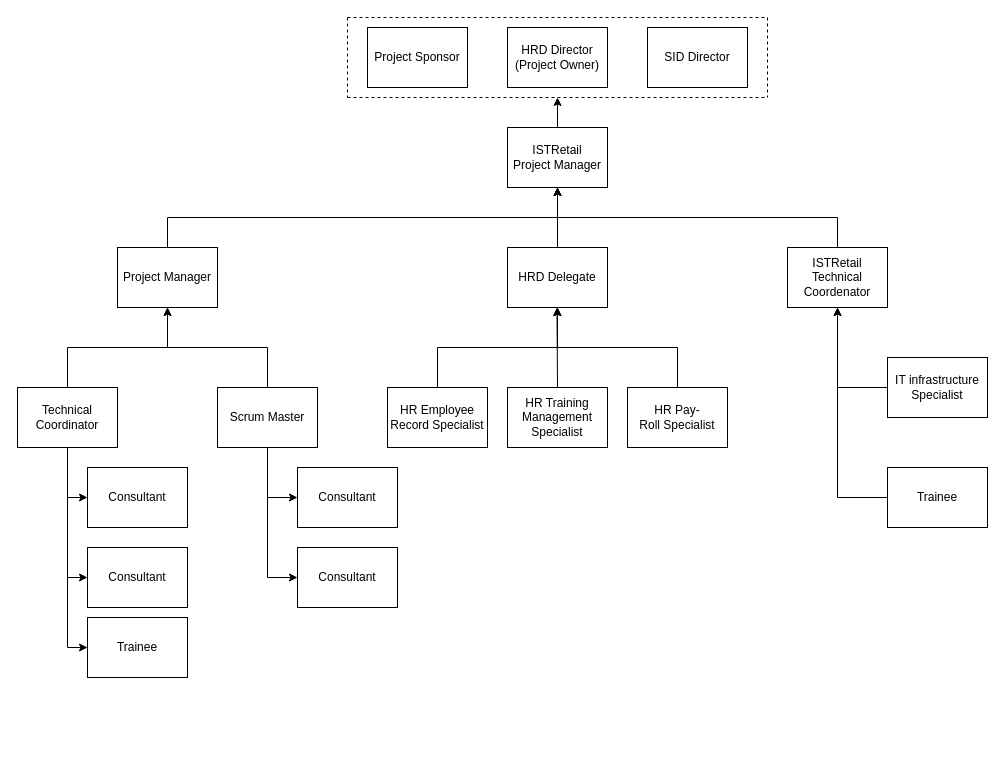
JRafaelSoares/GPI keeps this draw.io diagram as OBS.drawio. Above is the earlier version. Source tidied: cells renumbered, new cells numbered last; positions are measured from the earlier drawing's top-left corner, leaving out a move shared by most shapes. Both pictures are drawn from the tidied source at 100%, with x=0, y=0 at pixel (17, 17).
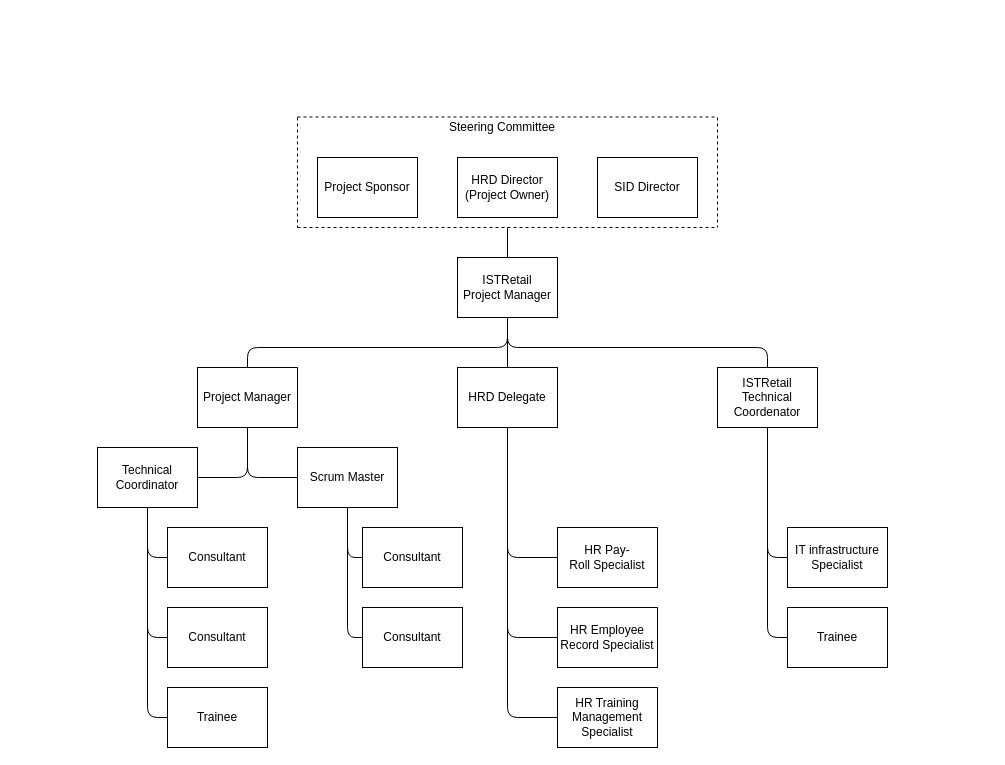
The same diagram, later.

Commit message (it also covers changes not shown here):
Added final OBS info

Change to the diagram source:
```diff
@@
     <mxCell id="2" value="Project Sponsor" style="rounded=0;whiteSpace=wrap;html=1;" parent="1" vertex="1">
-      <mxGeometry x="350" y="10" width="100" height="60" as="geometry" />
+      <mxGeometry x="300" y="140" width="100" height="60" as="geometry" />
     </mxCell>
-    <mxCell id="3" style="edgeStyle=orthogonalEdgeStyle;rounded=0;jettySize=auto;html=1;exitX=0.5;exitY=0;exitDx=0;exitDy=0;entryX=0.5;entryY=1;entryDx=0;entryDy=0;" parent="1" edge="1" source="4" target="22">
-      <mxGeometry relative="1" as="geometry" />
-    </mxCell>
     <mxCell id="4" value="Project Manager" style="rounded=0;whiteSpace=wrap;html=1;" parent="1" vertex="1">
-      <mxGeometry x="100" y="230" width="100" height="60" as="geometry" />
+      <mxGeometry x="180" y="350" width="100" height="60" as="geometry" />
     </mxCell>
-    <mxCell id="5" style="edgeStyle=orthogonalEdgeStyle;rounded=0;jettySize=auto;html=1;exitX=0.5;exitY=1;exitDx=0;exitDy=0;entryX=0;entryY=0.5;entryDx=0;entryDy=0;" parent="1" edge="1" source="9" target="10">
-      <mxGeometry relative="1" as="geometry" />
-    </mxCell>
-    <mxCell id="6" style="edgeStyle=orthogonalEdgeStyle;rounded=0;jettySize=auto;html=1;exitX=0.5;exitY=1;exitDx=0;exitDy=0;entryX=0;entryY=0.5;entryDx=0;entryDy=0;" parent="1" edge="1" source="9" target="11">
-      <mxGeometry relative="1" as="geometry" />
-    </mxCell>
-    <mxCell id="7" style="edgeStyle=orthogonalEdgeStyle;rounded=0;jettySize=auto;html=1;exitX=0.5;exitY=1;exitDx=0;exitDy=0;entryX=0;entryY=0.5;entryDx=0;entryDy=0;" parent="1" edge="1" source="9" target="12">
-      <mxGeometry relative="1" as="geometry" />
-    </mxCell>
-    <mxCell id="8" style="edgeStyle=orthogonalEdgeStyle;rounded=0;jettySize=auto;html=1;exitX=0.5;exitY=0;exitDx=0;exitDy=0;entryX=0.5;entryY=1;entryDx=0;entryDy=0;" parent="1" edge="1" source="9" target="4">
-      <mxGeometry relative="1" as="geometry" />
-    </mxCell>
     <mxCell id="9" value="Technical Coordinator" style="rounded=0;whiteSpace=wrap;html=1;" parent="1" vertex="1">
-      <mxGeometry y="370" width="100" height="60" as="geometry" />
+      <mxGeometry x="80" y="430" width="100" height="60" as="geometry" />
     </mxCell>
     <mxCell id="10" value="Consultant" style="rounded=0;whiteSpace=wrap;html=1;" parent="1" vertex="1">
-      <mxGeometry x="70" y="450" width="100" height="60" as="geometry" />
+      <mxGeometry x="150" y="510" width="100" height="60" as="geometry" />
     </mxCell>
     <mxCell id="11" value="Consultant" style="rounded=0;whiteSpace=wrap;html=1;" parent="1" vertex="1">
-      <mxGeometry x="70" y="530" width="100" height="60" as="geometry" />
+      <mxGeometry x="150" y="590" width="100" height="60" as="geometry" />
     </mxCell>
     <mxCell id="12" value="Trainee" style="rounded=0;whiteSpace=wrap;html=1;" parent="1" vertex="1">
-      <mxGeometry x="70" y="600" width="100" height="60" as="geometry" />
+      <mxGeometry x="150" y="670" width="100" height="60" as="geometry" />
     </mxCell>
-    <mxCell id="13" style="edgeStyle=orthogonalEdgeStyle;rounded=0;jettySize=auto;html=1;exitX=0.5;exitY=1;exitDx=0;exitDy=0;entryX=0;entryY=0.5;entryDx=0;entryDy=0;" parent="1" edge="1" source="16" target="17">
-      <mxGeometry relative="1" as="geometry" />
-    </mxCell>
-    <mxCell id="14" style="edgeStyle=orthogonalEdgeStyle;rounded=0;jettySize=auto;html=1;exitX=0.5;exitY=1;exitDx=0;exitDy=0;entryX=0;entryY=0.5;entryDx=0;entryDy=0;" parent="1" edge="1" source="16" target="18">
-      <mxGeometry relative="1" as="geometry" />
-    </mxCell>
-    <mxCell id="15" style="edgeStyle=orthogonalEdgeStyle;rounded=0;jettySize=auto;html=1;exitX=0.5;exitY=0;exitDx=0;exitDy=0;entryX=0.5;entryY=1;entryDx=0;entryDy=0;" parent="1" edge="1" source="16" target="4">
-      <mxGeometry relative="1" as="geometry" />
-    </mxCell>
     <mxCell id="16" value="Scrum Master" style="rounded=0;whiteSpace=wrap;html=1;" parent="1" vertex="1">
-      <mxGeometry x="200" y="370" width="100" height="60" as="geometry" />
+      <mxGeometry x="280" y="430" width="100" height="60" as="geometry" />
     </mxCell>
     <mxCell id="17" value="Consultant" style="rounded=0;whiteSpace=wrap;html=1;" parent="1" vertex="1">
-      <mxGeometry x="280" y="450" width="100" height="60" as="geometry" />
+      <mxGeometry x="345" y="510" width="100" height="60" as="geometry" />
     </mxCell>
     <mxCell id="18" value="Consultant" style="rounded=0;whiteSpace=wrap;html=1;" parent="1" vertex="1">
-      <mxGeometry x="280" y="530" width="100" height="60" as="geometry" />
+      <mxGeometry x="345" y="590" width="100" height="60" as="geometry" />
     </mxCell>
     <mxCell id="19" value="HRD Director&lt;br&gt;(Project Owner)" style="rounded=0;whiteSpace=wrap;html=1;" parent="1" vertex="1">
-      <mxGeometry x="490" y="10" width="100" height="60" as="geometry" />
+      <mxGeometry x="440" y="140" width="100" height="60" as="geometry" />
     </mxCell>
     <mxCell id="20" value="SID Director" style="rounded=0;whiteSpace=wrap;html=1;" parent="1" vertex="1">
-      <mxGeometry x="630" y="10" width="100" height="60" as="geometry" />
+      <mxGeometry x="580" y="140" width="100" height="60" as="geometry" />
     </mxCell>
-    <mxCell id="21" style="edgeStyle=orthogonalEdgeStyle;rounded=0;jettySize=auto;html=1;exitX=0.5;exitY=0;exitDx=0;exitDy=0;" parent="1" edge="1" source="22">
-      <mxGeometry relative="1" as="geometry">
-        <mxPoint x="540" y="80" as="targetPoint" />
-        <Array as="points">
-          <mxPoint x="540" y="80" />
-        </Array>
-      </mxGeometry>
-    </mxCell>
     <mxCell id="22" value="ISTRetail&lt;br&gt;Project Manager" style="rounded=0;whiteSpace=wrap;html=1;" parent="1" vertex="1">
-      <mxGeometry x="490" y="110" width="100" height="60" as="geometry" />
+      <mxGeometry x="440" y="240" width="100" height="60" as="geometry" />
     </mxCell>
     <mxCell id="23" style="endArrow=none;dashed=1;html=1;" parent="1" edge="1">
       <mxGeometry relative="1" as="geometry">
-        <mxPoint x="330" y="80" as="sourcePoint" />
-        <mxPoint x="750" y="80" as="targetPoint" />
+        <mxPoint x="280" y="210" as="sourcePoint" />
+        <mxPoint x="700" y="210" as="targetPoint" />
       </mxGeometry>
     </mxCell>
     <mxCell id="24" style="endArrow=none;dashed=1;html=1;" parent="1" edge="1">
       <mxGeometry relative="1" as="geometry">
-        <mxPoint x="750" as="sourcePoint" />
-        <mxPoint x="750" y="80" as="targetPoint" />
+        <mxPoint x="700" y="100" as="sourcePoint" />
+        <mxPoint x="700" y="210" as="targetPoint" />
       </mxGeometry>
     </mxCell>
     <mxCell id="25" style="endArrow=none;dashed=1;html=1;" parent="1" edge="1">
       <mxGeometry relative="1" as="geometry">
-        <mxPoint x="330" as="sourcePoint" />
-        <mxPoint x="750" as="targetPoint" />
+        <mxPoint x="280" y="99.5" as="sourcePoint" />
+        <mxPoint x="700" y="99.5" as="targetPoint" />
       </mxGeometry>
     </mxCell>
     <mxCell id="26" style="endArrow=none;dashed=1;html=1;" parent="1" edge="1">
       <mxGeometry relative="1" as="geometry">
-        <mxPoint x="330" as="sourcePoint" />
-        <mxPoint x="330" y="80" as="targetPoint" />
+        <mxPoint x="280" y="100" as="sourcePoint" />
+        <mxPoint x="280" y="210" as="targetPoint" />
       </mxGeometry>
     </mxCell>
+    <mxCell id="28" value="HRD Delegate" style="rounded=0;whiteSpace=wrap;html=1;" parent="1" vertex="1">
+      <mxGeometry x="440" y="350" width="100" height="60" as="geometry" />
+    </mxCell>
+    <mxCell id="30" value="HR Employee Record Specialist" style="rounded=0;whiteSpace=wrap;html=1;" parent="1" vertex="1">
+      <mxGeometry x="540" y="590" width="100" height="60" as="geometry" />
+    </mxCell>
+    <mxCell id="32" value="HR Training Management Specialist" style="rounded=0;whiteSpace=wrap;html=1;" parent="1" vertex="1">
+      <mxGeometry x="540" y="670" width="100" height="60" as="geometry" />
+    </mxCell>
+    <mxCell id="34" value="HR Pay-Roll&amp;nbsp;Specialist" style="rounded=0;whiteSpace=wrap;html=1;" parent="1" vertex="1">
+      <mxGeometry x="540" y="510" width="100" height="60" as="geometry" />
+    </mxCell>
+    <mxCell id="36" value="ISTRetail Technical Coordenator" style="rounded=0;whiteSpace=wrap;html=1;" parent="1" vertex="1">
+      <mxGeometry x="700" y="350" width="100" height="60" as="geometry" />
+    </mxCell>
+    <mxCell id="38" value="IT infrastructure Specialist" style="rounded=0;whiteSpace=wrap;html=1;" parent="1" vertex="1">
+      <mxGeometry x="770" y="510" width="100" height="60" as="geometry" />
+    </mxCell>
+    <mxCell id="40" value="Trainee" style="rounded=0;whiteSpace=wrap;html=1;" parent="1" vertex="1">
+      <mxGeometry x="770" y="590" width="100" height="60" as="geometry" />
+    </mxCell>
+    <mxCell id="41" value="Steering Committee" style="text;html=1;align=left;verticalAlign=top;spacingTop=-4;" parent="1" vertex="1">
+      <mxGeometry x="430" y="100" width="120" height="20" as="geometry" />
+    </mxCell>
+    <mxCell id="42" style="endArrow=none;html=1;exitX=0.5;exitY=0;exitDx=0;exitDy=0;" parent="1" edge="1" source="22">
+      <mxGeometry relative="1" as="geometry">
+        <mxPoint x="490" y="210" as="targetPoint" />
+      </mxGeometry>
+    </mxCell>
-    <mxCell id="27" style="edgeStyle=orthogonalEdgeStyle;rounded=0;jettySize=auto;html=1;exitX=0.5;exitY=0;exitDx=0;exitDy=0;entryX=0.5;entryY=1;entryDx=0;entryDy=0;" parent="1" edge="1" source="28" target="22">
+    <mxCell id="27" style="endArrow=none;html=1;entryX=0.5;entryY=1;entryDx=0;entryDy=0;exitX=0.5;exitY=0;exitDx=0;exitDy=0;" parent="1" edge="1" source="28" target="22">
       <mxGeometry relative="1" as="geometry" />
     </mxCell>
-    <mxCell id="28" value="HRD Delegate" style="rounded=0;whiteSpace=wrap;html=1;" parent="1" vertex="1">
-      <mxGeometry x="490" y="230" width="100" height="60" as="geometry" />
-    </mxCell>
+    <mxCell id="3" style="endArrow=none;html=1;exitX=0.5;exitY=0;exitDx=0;exitDy=0;entryX=0.5;entryY=1;entryDx=0;entryDy=0;" parent="1" edge="1" source="4" target="22">
+      <mxGeometry relative="1" as="geometry">
+        <Array as="points">
+          <mxPoint x="230" y="330" />
+          <mxPoint x="490" y="330" />
+        </Array>
+      </mxGeometry>
+    </mxCell>
+    <mxCell id="35" style="endArrow=none;html=1;entryX=0.5;entryY=1;entryDx=0;entryDy=0;exitX=0.5;exitY=0;exitDx=0;exitDy=0;" parent="1" edge="1" source="36" target="22">
+      <mxGeometry relative="1" as="geometry">
+        <Array as="points">
+          <mxPoint x="750" y="330" />
+          <mxPoint x="490" y="330" />
+        </Array>
+      </mxGeometry>
+    </mxCell>
+    <mxCell id="15" style="endArrow=none;html=1;entryX=0.5;entryY=1;entryDx=0;entryDy=0;exitX=0;exitY=0.5;exitDx=0;exitDy=0;" parent="1" edge="1" source="16" target="4">
+      <mxGeometry relative="1" as="geometry">
+        <Array as="points">
+          <mxPoint x="230" y="460" />
+        </Array>
+      </mxGeometry>
+    </mxCell>
+    <mxCell id="8" style="endArrow=none;html=1;entryX=0.5;entryY=1;entryDx=0;entryDy=0;exitX=1;exitY=0.5;exitDx=0;exitDy=0;" parent="1" edge="1" source="9" target="4">
+      <mxGeometry relative="1" as="geometry">
+        <Array as="points">
+          <mxPoint x="230" y="460" />
+        </Array>
+      </mxGeometry>
+    </mxCell>
+    <mxCell id="43" style="endArrow=none;html=1;entryX=0.5;entryY=1;entryDx=0;entryDy=0;exitX=0;exitY=0.5;exitDx=0;exitDy=0;" parent="1" edge="1" source="12" target="9">
+      <mxGeometry relative="1" as="geometry">
+        <Array as="points">
+          <mxPoint x="130" y="700" />
+        </Array>
+      </mxGeometry>
+    </mxCell>
+    <mxCell id="44" style="endArrow=none;html=1;entryX=0.5;entryY=1;entryDx=0;entryDy=0;exitX=0;exitY=0.5;exitDx=0;exitDy=0;" parent="1" edge="1" source="11" target="9">
+      <mxGeometry relative="1" as="geometry">
+        <Array as="points">
+          <mxPoint x="130" y="620" />
+        </Array>
+      </mxGeometry>
+    </mxCell>
+    <mxCell id="45" style="endArrow=none;html=1;entryX=0.5;entryY=1;entryDx=0;entryDy=0;exitX=0;exitY=0.5;exitDx=0;exitDy=0;" parent="1" edge="1" source="10" target="9">
+      <mxGeometry relative="1" as="geometry">
+        <Array as="points">
+          <mxPoint x="130" y="540" />
+        </Array>
+      </mxGeometry>
+    </mxCell>
+    <mxCell id="46" style="endArrow=none;html=1;entryX=0.5;entryY=1;entryDx=0;entryDy=0;exitX=0;exitY=0.5;exitDx=0;exitDy=0;" parent="1" edge="1" source="17" target="16">
+      <mxGeometry relative="1" as="geometry">
+        <Array as="points">
+          <mxPoint x="330" y="540" />
+        </Array>
+      </mxGeometry>
+    </mxCell>
+    <mxCell id="47" style="endArrow=none;html=1;entryX=0.5;entryY=1;entryDx=0;entryDy=0;exitX=0;exitY=0.5;exitDx=0;exitDy=0;" parent="1" edge="1" source="18" target="16">
+      <mxGeometry relative="1" as="geometry">
+        <Array as="points">
+          <mxPoint x="330" y="620" />
+        </Array>
+      </mxGeometry>
+    </mxCell>
+    <mxCell id="33" style="endArrow=none;html=1;entryX=0.5;entryY=1;entryDx=0;entryDy=0;exitX=0;exitY=0.5;exitDx=0;exitDy=0;" parent="1" edge="1" source="34" target="28">
+      <mxGeometry relative="1" as="geometry">
+        <Array as="points">
+          <mxPoint x="490" y="540" />
+        </Array>
+      </mxGeometry>
+    </mxCell>
-    <mxCell id="29" style="edgeStyle=orthogonalEdgeStyle;rounded=0;jettySize=auto;html=1;exitX=0.5;exitY=0;exitDx=0;exitDy=0;entryX=0.5;entryY=1;entryDx=0;entryDy=0;" parent="1" edge="1" source="30" target="28">
-      <mxGeometry relative="1" as="geometry" />
+    <mxCell id="29" style="endArrow=none;html=1;entryX=0.5;entryY=1;entryDx=0;entryDy=0;exitX=0;exitY=0.5;exitDx=0;exitDy=0;" parent="1" edge="1" source="30" target="28">
+      <mxGeometry relative="1" as="geometry">
+        <Array as="points">
+          <mxPoint x="490" y="620" />
+        </Array>
+      </mxGeometry>
     </mxCell>
-    <mxCell id="30" value="HR Employee Record Specialist" style="rounded=0;whiteSpace=wrap;html=1;" parent="1" vertex="1">
-      <mxGeometry x="370" y="370" width="100" height="60" as="geometry" />
-    </mxCell>
-    <mxCell id="31" style="edgeStyle=orthogonalEdgeStyle;rounded=0;jettySize=auto;html=1;exitX=0.5;exitY=0;exitDx=0;exitDy=0;" parent="1" edge="1" source="32">
-      <mxGeometry relative="1" as="geometry">
-        <mxPoint x="539.5" y="290" as="targetPoint" />
-      </mxGeometry>
-    </mxCell>
-    <mxCell id="32" value="HR Training Management Specialist" style="rounded=0;whiteSpace=wrap;html=1;" parent="1" vertex="1">
-      <mxGeometry x="490" y="370" width="100" height="60" as="geometry" />
-    </mxCell>
-    <mxCell id="33" style="edgeStyle=orthogonalEdgeStyle;rounded=0;jettySize=auto;html=1;exitX=0.5;exitY=0;exitDx=0;exitDy=0;entryX=0.5;entryY=1;entryDx=0;entryDy=0;" parent="1" edge="1" source="34" target="28">
-      <mxGeometry relative="1" as="geometry" />
-    </mxCell>
-    <mxCell id="34" value="HR Pay-Roll&amp;nbsp;Specialist" style="rounded=0;whiteSpace=wrap;html=1;" parent="1" vertex="1">
-      <mxGeometry x="610" y="370" width="100" height="60" as="geometry" />
-    </mxCell>
-    <mxCell id="35" style="edgeStyle=orthogonalEdgeStyle;rounded=0;jettySize=auto;html=1;exitX=0.5;exitY=0;exitDx=0;exitDy=0;entryX=0.5;entryY=1;entryDx=0;entryDy=0;" parent="1" edge="1" source="36" target="22">
-      <mxGeometry relative="1" as="geometry" />
-    </mxCell>
-    <mxCell id="36" value="ISTRetail Technical Coordenator" style="rounded=0;whiteSpace=wrap;html=1;" parent="1" vertex="1">
-      <mxGeometry x="770" y="230" width="100" height="60" as="geometry" />
-    </mxCell>
+    <mxCell id="48" style="endArrow=none;html=1;entryX=0.5;entryY=1;entryDx=0;entryDy=0;exitX=0;exitY=0.5;exitDx=0;exitDy=0;" parent="1" edge="1" source="32" target="28">
+      <mxGeometry relative="1" as="geometry">
+        <Array as="points">
+          <mxPoint x="490" y="700" />
+        </Array>
+      </mxGeometry>
+    </mxCell>
-    <mxCell id="37" style="edgeStyle=orthogonalEdgeStyle;rounded=0;jettySize=auto;html=1;exitX=0;exitY=0.5;exitDx=0;exitDy=0;entryX=0.5;entryY=1;entryDx=0;entryDy=0;" parent="1" edge="1" source="38" target="36">
-      <mxGeometry relative="1" as="geometry" />
+    <mxCell id="37" style="endArrow=none;html=1;entryX=0.5;entryY=1;entryDx=0;entryDy=0;exitX=0;exitY=0.5;exitDx=0;exitDy=0;" parent="1" edge="1" source="38" target="36">
+      <mxGeometry relative="1" as="geometry">
+        <Array as="points">
+          <mxPoint x="750" y="540" />
+        </Array>
+      </mxGeometry>
     </mxCell>
-    <mxCell id="38" value="IT infrastructure Specialist" style="rounded=0;whiteSpace=wrap;html=1;" parent="1" vertex="1">
-      <mxGeometry x="870" y="340" width="100" height="60" as="geometry" />
-    </mxCell>
-    <mxCell id="39" style="edgeStyle=orthogonalEdgeStyle;rounded=0;jettySize=auto;html=1;exitX=0;exitY=0.5;exitDx=0;exitDy=0;entryX=0.5;entryY=1;entryDx=0;entryDy=0;" parent="1" edge="1" source="40" target="36">
-      <mxGeometry relative="1" as="geometry" />
+    <mxCell id="39" style="endArrow=none;html=1;entryX=0.5;entryY=1;entryDx=0;entryDy=0;exitX=0;exitY=0.5;exitDx=0;exitDy=0;" parent="1" edge="1" source="40" target="36">
+      <mxGeometry relative="1" as="geometry">
+        <Array as="points">
+          <mxPoint x="750" y="620" />
+        </Array>
+      </mxGeometry>
     </mxCell>
-    <mxCell id="40" value="Trainee" style="rounded=0;whiteSpace=wrap;html=1;" parent="1" vertex="1">
-      <mxGeometry x="870" y="450" width="100" height="60" as="geometry" />
-    </mxCell>
```
